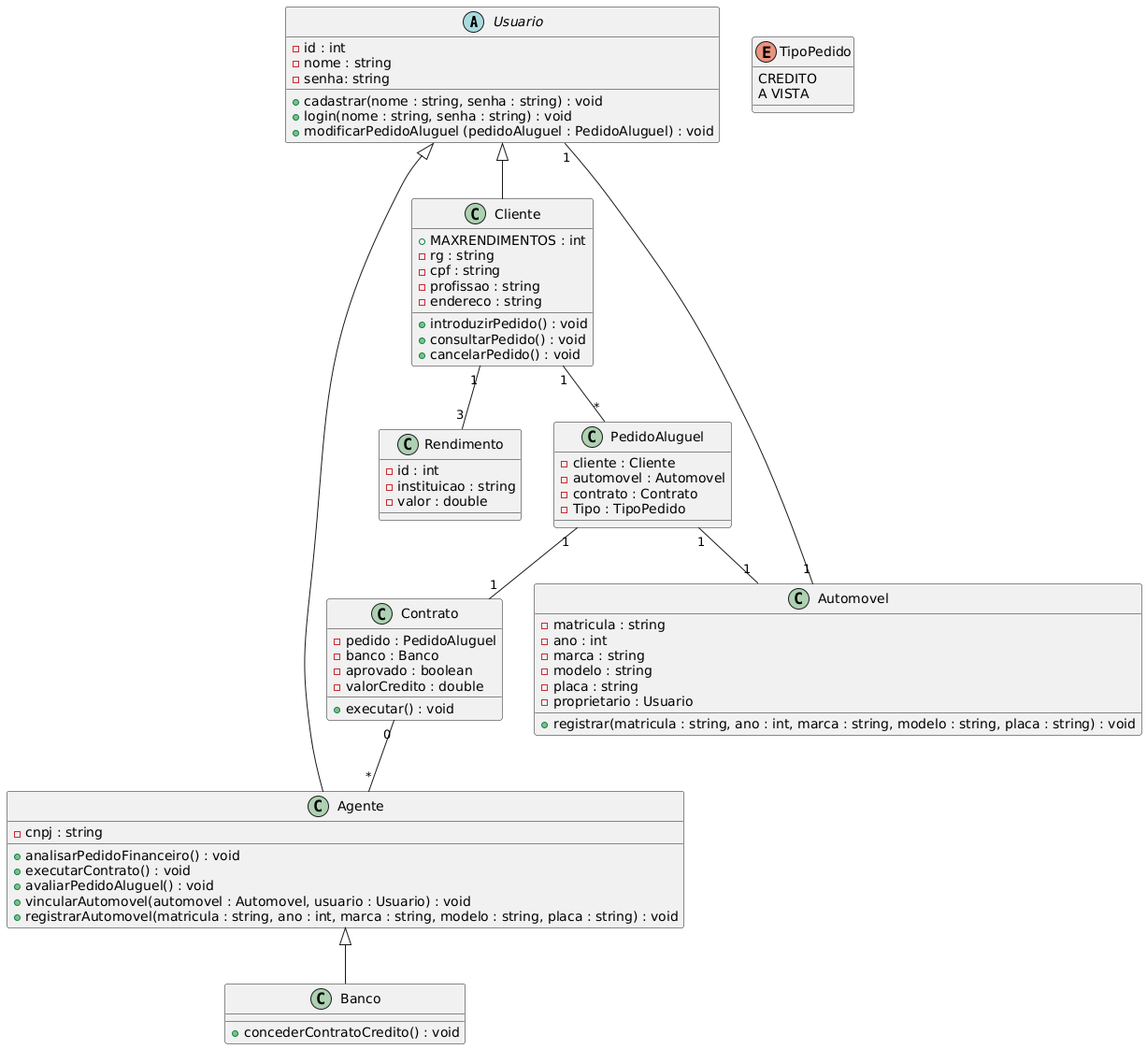
The PlantUML diagram project/img/classdiagram.png in iannovais/LDS-aluguel-de-veiculos, before a commit.
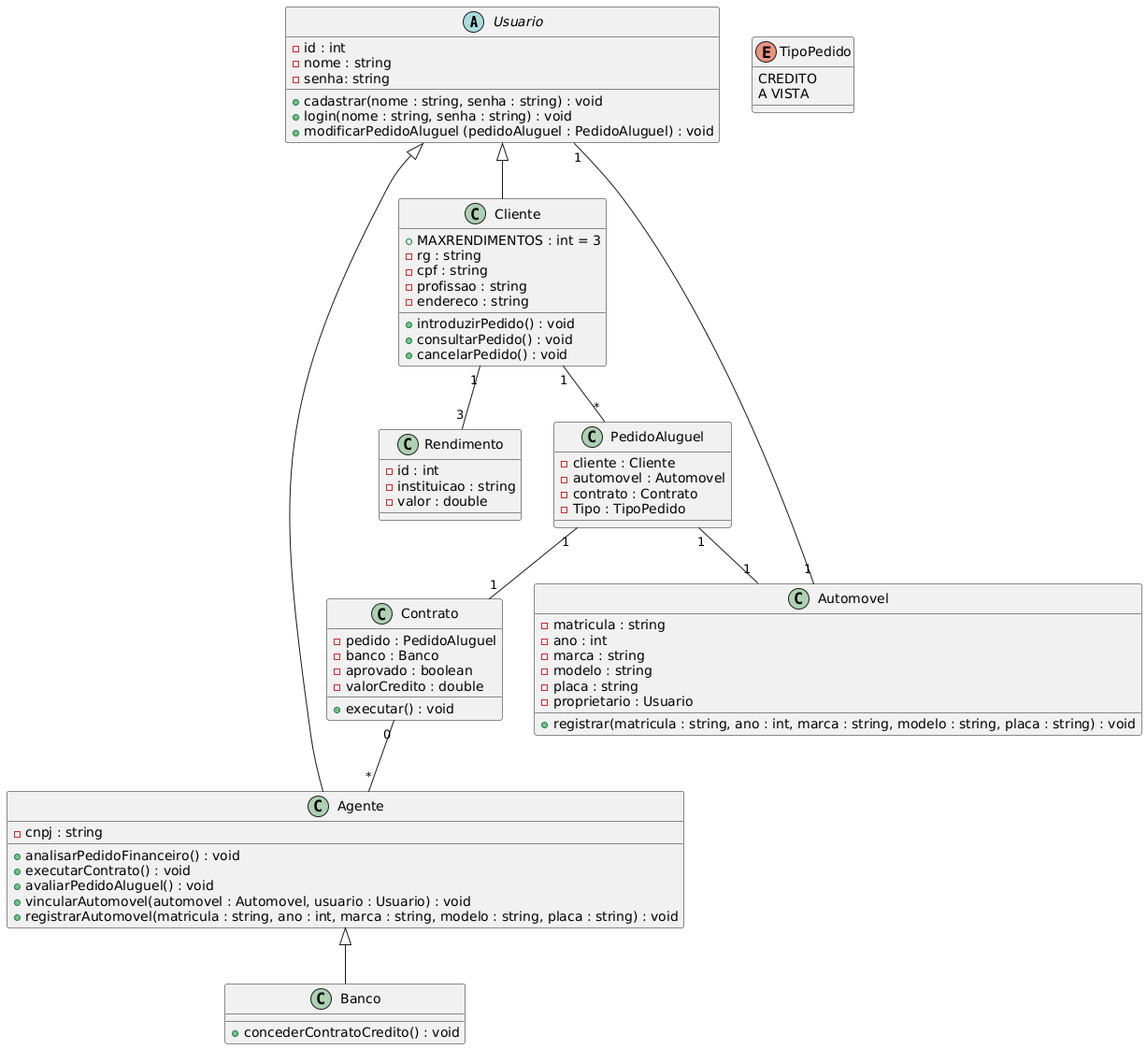
The same diagram one commit later.

The edit, as a diff of the source:
```diff
@@ -16,7 +16,7 @@
 }
 
 class Cliente extends Usuario {
-    + MAXRENDIMENTOS : int
+    + MAXRENDIMENTOS : int = 3
     - rg : string
     - cpf : string
     - profissao : string
```
